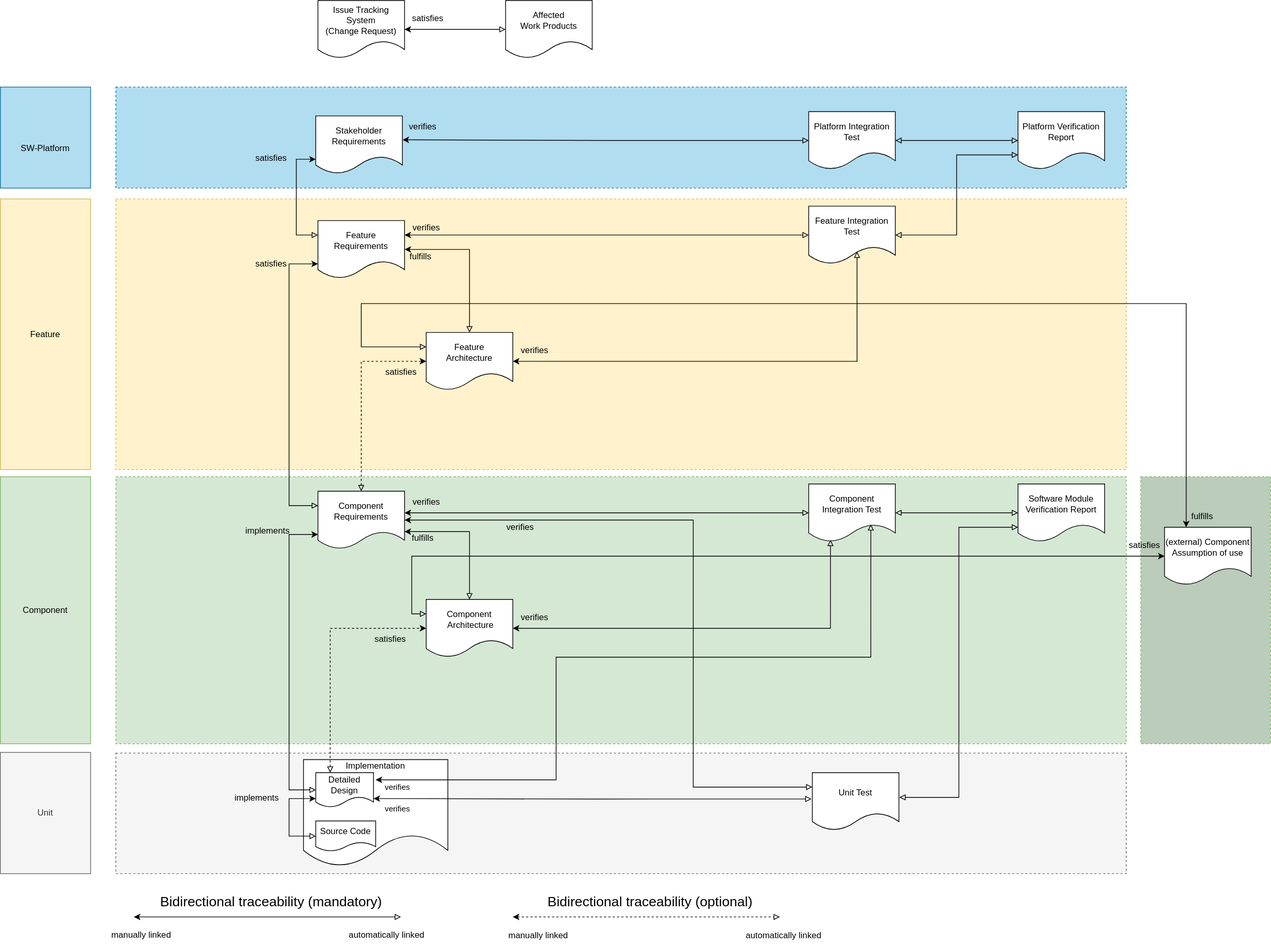
Above: main/_images/score_traceability_model_wp_overview.drawio.svg in PiotrKorkus/reference_integration (draw.io), before the change. Source tidied: cells renumbered, new cells last; positions are measured from the earlier drawing's top-left corner, leaving out a move shared by most shapes.
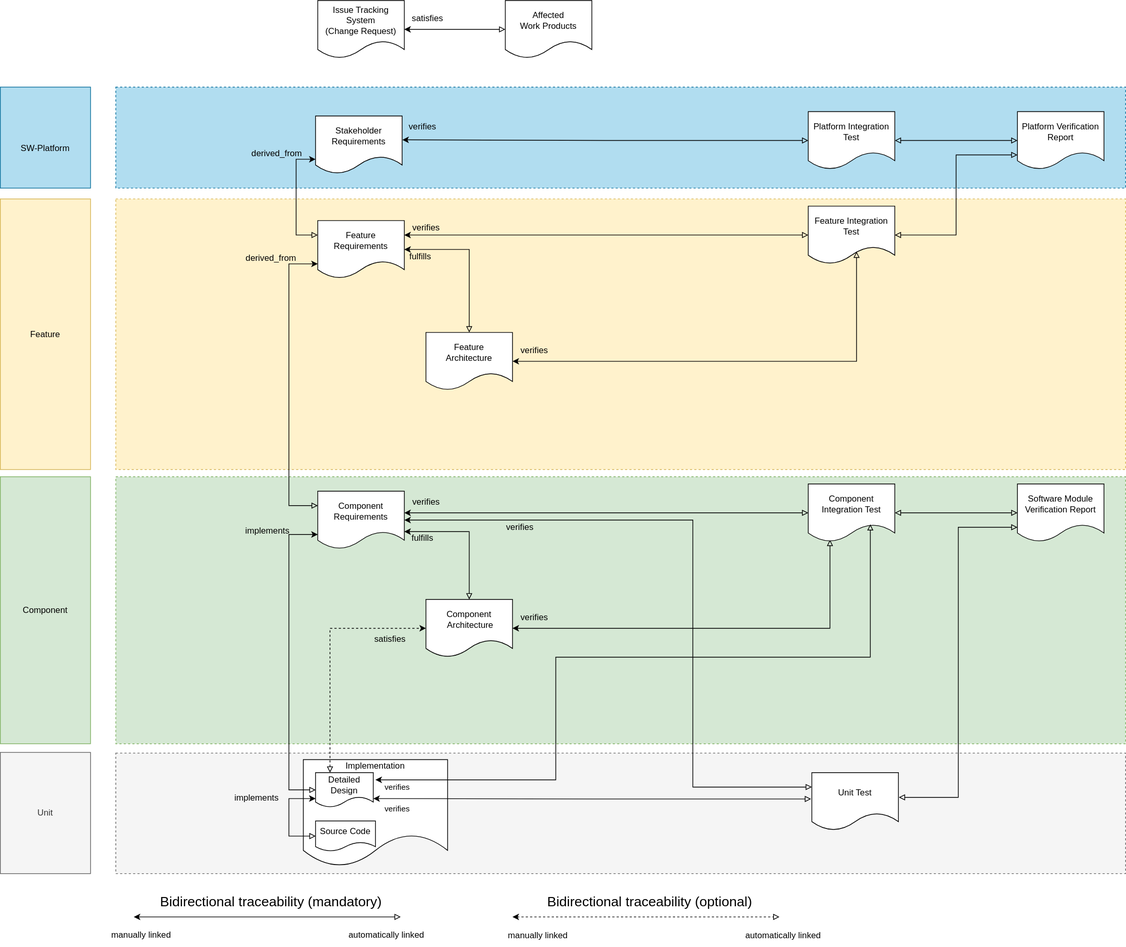
After the commit.

Diff of the diagram source:
```diff
@@ -53,11 +53,6 @@
         </Array>
       </mxGeometry>
     </mxCell>
-    <mxCell id="14" style="edgeStyle=orthogonalEdgeStyle;rounded=0;jettySize=auto;html=1;entryX=0;entryY=0.5;entryDx=0;entryDy=0;exitX=0.5;exitY=0;exitDx=0;exitDy=0;startArrow=block;startFill=0;dashed=1;" parent="1" edge="1" source="12" target="26">
-      <mxGeometry x="0.48" y="20" relative="1" as="geometry">
-        <mxPoint y="-3" as="offset" />
-      </mxGeometry>
-    </mxCell>
     <mxCell id="15" style="edgeStyle=orthogonalEdgeStyle;rounded=0;jettySize=auto;html=1;startArrow=classic;startFill=1;endArrow=block;endFill=0;entryX=0.251;entryY=0.967;entryDx=0;entryDy=0;entryPerimeter=0;" parent="1" edge="1" source="16" target="21">
       <mxGeometry relative="1" as="geometry" />
     </mxCell>
@@ -143,29 +138,6 @@
     <mxCell id="37" value="Software Module Verification Report" style="shape=document;whiteSpace=wrap;html=1;boundedLbl=1;" parent="1" vertex="1">
       <mxGeometry x="1410" y="670" width="120" height="80" as="geometry" />
     </mxCell>
-    <mxCell id="38" style="rounded=0;whiteSpace=wrap;html=1;dashed=1;fillColor=#BBCCBA;strokeColor=#82b366;" parent="1" vertex="1">
-      <mxGeometry x="1580" y="660" width="180" height="370" as="geometry" />
-    </mxCell>
-    <mxCell id="39" style="edgeStyle=orthogonalEdgeStyle;rounded=0;jettySize=auto;html=1;entryX=0;entryY=0.25;entryDx=0;entryDy=0;startArrow=classic;startFill=1;endArrow=block;endFill=0;" parent="1" edge="1" source="41" target="16">
-      <mxGeometry relative="1" as="geometry">
-        <Array as="points">
-          <mxPoint x="570" y="770" />
-          <mxPoint x="570" y="850" />
-        </Array>
-      </mxGeometry>
-    </mxCell>
-    <mxCell id="40" style="edgeStyle=orthogonalEdgeStyle;rounded=0;jettySize=auto;html=1;entryX=0;entryY=0.25;entryDx=0;entryDy=0;startArrow=classic;startFill=1;exitX=0.25;exitY=0;exitDx=0;exitDy=0;endArrow=block;endFill=0;" parent="1" edge="1" source="41" target="26">
-      <mxGeometry relative="1" as="geometry">
-        <Array as="points">
-          <mxPoint x="1643" y="420" />
-          <mxPoint x="500" y="420" />
-          <mxPoint x="500" y="480" />
-        </Array>
-      </mxGeometry>
-    </mxCell>
-    <mxCell id="41" value="(external) Component Assumption of use" style="shape=document;whiteSpace=wrap;html=1;boundedLbl=1;" parent="1" vertex="1">
-      <mxGeometry x="1613" y="730" width="120" height="80" as="geometry" />
-    </mxCell>
     <mxCell id="42" style="edgeStyle=orthogonalEdgeStyle;rounded=0;orthogonalLoop=1;jettySize=auto;html=1;startArrow=classic;startFill=1;endArrow=block;endFill=0;" parent="1" edge="1">
       <mxGeometry x="0.38" y="5" relative="1" as="geometry">
         <mxPoint x="185" y="1270" as="sourcePoint" />
@@ -240,11 +212,11 @@
     <mxCell id="57" value="automatically linked" style="text;html=1;align=center;verticalAlign=middle;strokeColor=none;fillColor=none;" parent="1" vertex="1">
       <mxGeometry x="1020" y="1281" width="130" height="30" as="geometry" />
     </mxCell>
-    <mxCell id="58" value="satisfies" style="text;html=1;align=center;verticalAlign=middle;strokeColor=none;fillColor=none;" parent="1" vertex="1">
-      <mxGeometry x="340" y="204" width="70" height="30" as="geometry" />
+    <mxCell id="58" value="derived_from" style="text;html=1;align=center;verticalAlign=middle;strokeColor=none;fillColor=none;" parent="1" vertex="1">
+      <mxGeometry x="338" y="197" width="90" height="30" as="geometry" />
     </mxCell>
-    <mxCell id="59" value="satisfies" style="text;html=1;align=center;verticalAlign=middle;strokeColor=none;fillColor=none;" parent="1" vertex="1">
-      <mxGeometry x="340" y="350" width="70" height="30" as="geometry" />
+    <mxCell id="59" value="derived_from" style="text;html=1;align=center;verticalAlign=middle;strokeColor=none;fillColor=none;" parent="1" vertex="1">
+      <mxGeometry x="330" y="342" width="90" height="30" as="geometry" />
     </mxCell>
     <mxCell id="60" value="implements" style="text;html=1;align=center;verticalAlign=middle;strokeColor=none;fillColor=none;" parent="1" vertex="1">
       <mxGeometry x="330" y="720" width="80" height="30" as="geometry" />
@@ -252,9 +224,6 @@
     <mxCell id="61" value="implements" style="text;html=1;align=center;verticalAlign=middle;strokeColor=none;fillColor=none;" parent="1" vertex="1">
       <mxGeometry x="315" y="1090" width="80" height="30" as="geometry" />
     </mxCell>
-    <mxCell id="62" value="satisfies" style="text;html=1;align=center;verticalAlign=middle;strokeColor=none;fillColor=none;" parent="1" vertex="1">
-      <mxGeometry x="520" y="500" width="70" height="30" as="geometry" />
-    </mxCell>
     <mxCell id="63" value="satisfies" style="text;html=1;align=center;verticalAlign=middle;strokeColor=none;fillColor=none;" parent="1" vertex="1">
       <mxGeometry x="505" y="870" width="70" height="30" as="geometry" />
     </mxCell>
@@ -264,12 +233,6 @@
     <mxCell id="65" value="fulfills" style="text;html=1;align=center;verticalAlign=middle;strokeColor=none;fillColor=none;" parent="1" vertex="1">
       <mxGeometry x="560" y="730" width="50" height="30" as="geometry" />
     </mxCell>
-    <mxCell id="66" value="satisfies" style="text;html=1;align=center;verticalAlign=middle;strokeColor=none;fillColor=none;" parent="1" vertex="1">
-      <mxGeometry x="1550" y="740" width="70" height="30" as="geometry" />
-    </mxCell>
-    <mxCell id="67" value="fulfills" style="text;html=1;align=center;verticalAlign=middle;strokeColor=none;fillColor=none;" parent="1" vertex="1">
-      <mxGeometry x="1640" y="700" width="50" height="30" as="geometry" />
-    </mxCell>
     <mxCell id="68" value="satisfies" style="text;html=1;align=center;verticalAlign=middle;strokeColor=none;fillColor=none;" parent="1" vertex="1">
       <mxGeometry x="557" y="10" width="70" height="30" as="geometry" />
     </mxCell>
```
